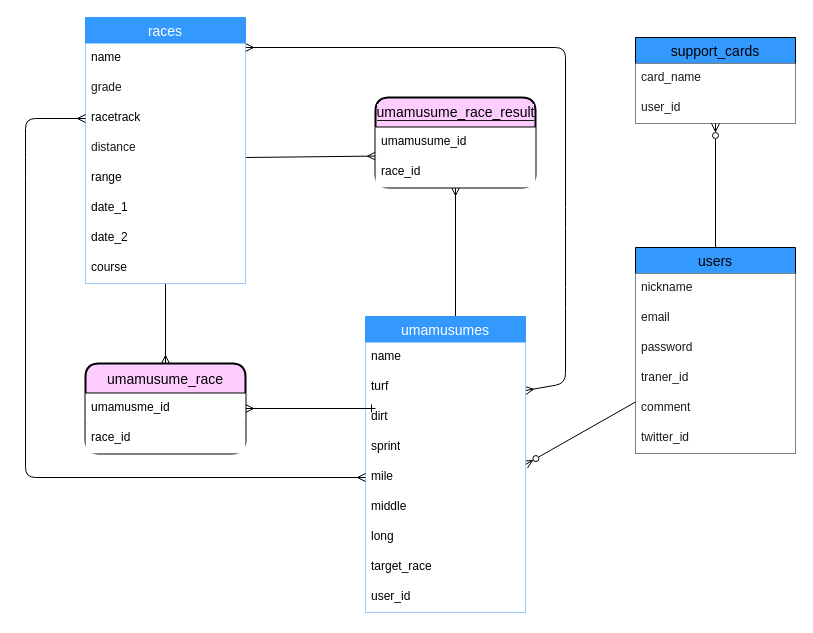
Before: ER図.dio in kenkenkaiden/umamusume_crown_complete_support, a draw.io diagram. Source tidied: cells renumbered, new cells numbered last; positions are measured from the earlier drawing's top-left corner, leaving out a move shared by most shapes. Both pictures are drawn from the tidied source at 100%, with x=0, y=0 at pixel (25, 17).
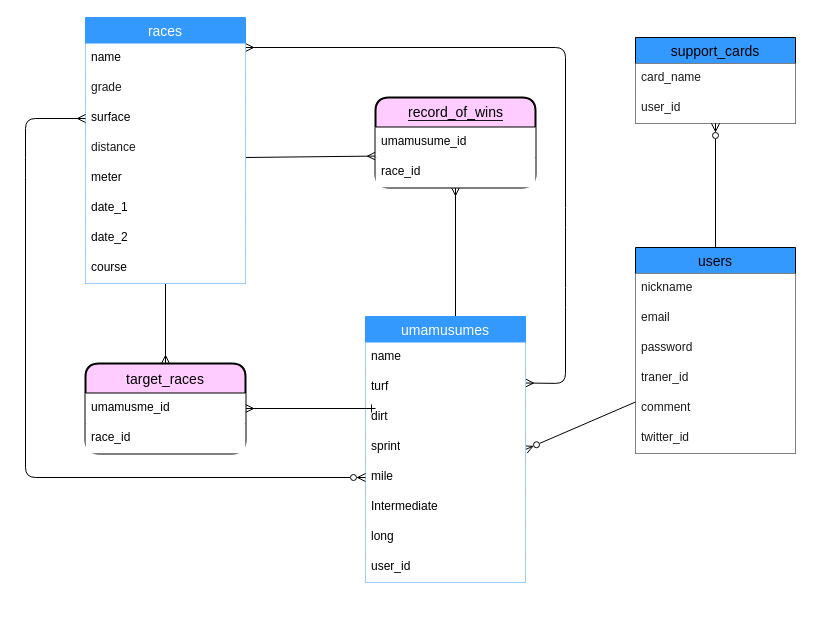
The same diagram, later.

Commit message (it also covers changes not shown here):
テーブルの再設計に伴うER図の更新など

The change refers to these unchanged cells:
```xml
<mxCell id="21" value="mile" style="text;strokeColor=none;fillColor=#FFFFFF;spacingLeft=4;spacingRight=4;overflow=hidden;points=[[0,0.5],[1,0.5]];portConstraint=eastwest;fontSize=12;labelBackgroundColor=none;fontColor=#000000;" parent="16" vertex="1">
  <mxGeometry y="146" width="160" height="30" as="geometry" />
</mxCell>
<mxCell id="28" value="races" style="swimlane;fontStyle=0;horizontal=1;startSize=26;align=center;fontSize=14;labelBackgroundColor=none;strokeColor=#3399FF;fontColor=#FFFFFF;fillColor=#3399FF;" parent="1" vertex="1">
  <mxGeometry x="60" width="160" height="266" as="geometry" />
</mxCell>
```

The edit, as a diff of the source:
```diff
@@
     <mxCell id="16" value="umamusumes" style="swimlane;fontStyle=0;horizontal=1;startSize=26;align=center;fontSize=14;strokeColor=#3399FF;fontColor=#FFFFFF;fillColor=#3399FF;" parent="1" vertex="1">
-      <mxGeometry x="340" y="299" width="160" height="296" as="geometry" />
+      <mxGeometry x="340" y="299" width="160" height="266" as="geometry" />
     </mxCell>
@@
-    <mxCell id="22" value="middle" style="text;strokeColor=none;fillColor=#FFFFFF;spacingLeft=4;spacingRight=4;overflow=hidden;fontSize=12;labelBackgroundColor=none;fontColor=#000000;" parent="16" vertex="1">
+    <mxCell id="22" value="Intermediate" style="text;strokeColor=none;fillColor=#FFFFFF;spacingLeft=4;spacingRight=4;overflow=hidden;fontSize=12;labelBackgroundColor=none;fontColor=#000000;" parent="16" vertex="1">
       <mxGeometry y="176" width="160" height="30" as="geometry" />
     </mxCell>
@@
-    <mxCell id="24" value="target_race" style="text;strokeColor=none;fillColor=#FFFFFF;spacingLeft=4;spacingRight=4;overflow=hidden;fontSize=12;labelBackgroundColor=none;fontColor=#000000;" parent="16" vertex="1">
-      <mxGeometry y="236" width="160" height="30" as="geometry" />
-    </mxCell>
     <mxCell id="25" value="user_id" style="text;strokeColor=none;fillColor=#FFFFFF;spacingLeft=4;spacingRight=4;overflow=hidden;fontSize=12;labelBackgroundColor=#FFFFFF;fontColor=#000000;html=1;" parent="16" vertex="1">
-      <mxGeometry y="266" width="160" height="30" as="geometry" />
+      <mxGeometry y="236" width="160" height="30" as="geometry" />
     </mxCell>
@@
-    <mxCell id="31" value="racetrack" style="text;strokeColor=none;fillColor=#FFFFFF;spacingLeft=4;spacingRight=4;overflow=hidden;points=[[0,0.5],[1,0.5]];portConstraint=eastwest;fontSize=12;labelBackgroundColor=#FFFFFF;fontColor=#000000;html=1;" parent="28" vertex="1">
+    <mxCell id="31" value="surface" style="text;strokeColor=none;fillColor=#FFFFFF;spacingLeft=4;spacingRight=4;overflow=hidden;points=[[0,0.5],[1,0.5]];portConstraint=eastwest;fontSize=12;labelBackgroundColor=#FFFFFF;fontColor=#000000;html=1;" parent="28" vertex="1">
       <mxGeometry y="86" width="160" height="30" as="geometry" />
     </mxCell>
@@
-    <mxCell id="33" value="range" style="text;strokeColor=none;fillColor=#FFFFFF;spacingLeft=4;spacingRight=4;overflow=hidden;fontSize=12;labelBackgroundColor=#FFFFFF;fontColor=#000000;html=1;" parent="28" vertex="1">
+    <mxCell id="33" value="meter" style="text;strokeColor=none;fillColor=#FFFFFF;spacingLeft=4;spacingRight=4;overflow=hidden;fontSize=12;labelBackgroundColor=#FFFFFF;fontColor=#000000;html=1;" parent="28" vertex="1">
       <mxGeometry y="146" width="160" height="30" as="geometry" />
     </mxCell>
@@
-    <mxCell id="37" style="edgeStyle=none;html=1;exitX=0;exitY=0.5;exitDx=0;exitDy=0;entryX=0;entryY=0.5;entryDx=0;entryDy=0;endArrow=ERmany;endFill=0;startArrow=ERmany;startFill=0;" parent="1" edge="1" source="31" target="21">
+    <mxCell id="37" style="edgeStyle=none;html=1;exitX=0;exitY=0.5;exitDx=0;exitDy=0;entryX=0;entryY=0.5;entryDx=0;entryDy=0;endArrow=ERzeroToMany;endFill=0;startArrow=ERmany;startFill=0;" parent="1" edge="1" source="31" target="21">
       <mxGeometry relative="1" as="geometry">
         <Array as="points">
           <mxPoint y="101" />
           <mxPoint y="150" />
           <mxPoint y="460" />
         </Array>
       </mxGeometry>
     </mxCell>
@@
-    <mxCell id="39" value="umamusume_race" style="swimlane;horizontal=1;startSize=30;rounded=1;fontSize=14;fontStyle=0;strokeWidth=2;shadow=0;dashed=0;align=center;fontColor=#000000;fillColor=#FFCCFF;" parent="1" vertex="1">
+    <mxCell id="39" value="target_races" style="swimlane;horizontal=1;startSize=30;rounded=1;fontSize=14;fontStyle=0;strokeWidth=2;shadow=0;dashed=0;align=center;fontColor=#000000;fillColor=#FFCCFF;" parent="1" vertex="1">
       <mxGeometry x="60" y="346" width="160" height="90" as="geometry" />
     </mxCell>
@@
-    <mxCell id="42" value="&lt;span style=&quot;background-color: rgb(255, 204, 255);&quot;&gt;umamusume_race_result&lt;/span&gt;" style="swimlane;horizontal=1;startSize=30;rounded=1;fontSize=14;fontStyle=0;strokeWidth=2;shadow=0;dashed=0;align=center;labelBackgroundColor=#18141D;fontColor=#000000;fillColor=#FFCCFF;gradientColor=none;html=1;" parent="1" vertex="1">
+    <mxCell id="42" value="&lt;span style=&quot;background-color: rgb(255, 204, 255);&quot;&gt;record_of_wins&lt;/span&gt;" style="swimlane;horizontal=1;startSize=30;rounded=1;fontSize=14;fontStyle=0;strokeWidth=2;shadow=0;dashed=0;align=center;labelBackgroundColor=#18141D;fontColor=#000000;fillColor=#FFCCFF;gradientColor=none;html=1;" parent="1" vertex="1">
       <mxGeometry x="350" y="80" width="160" height="90" as="geometry" />
     </mxCell>
```
